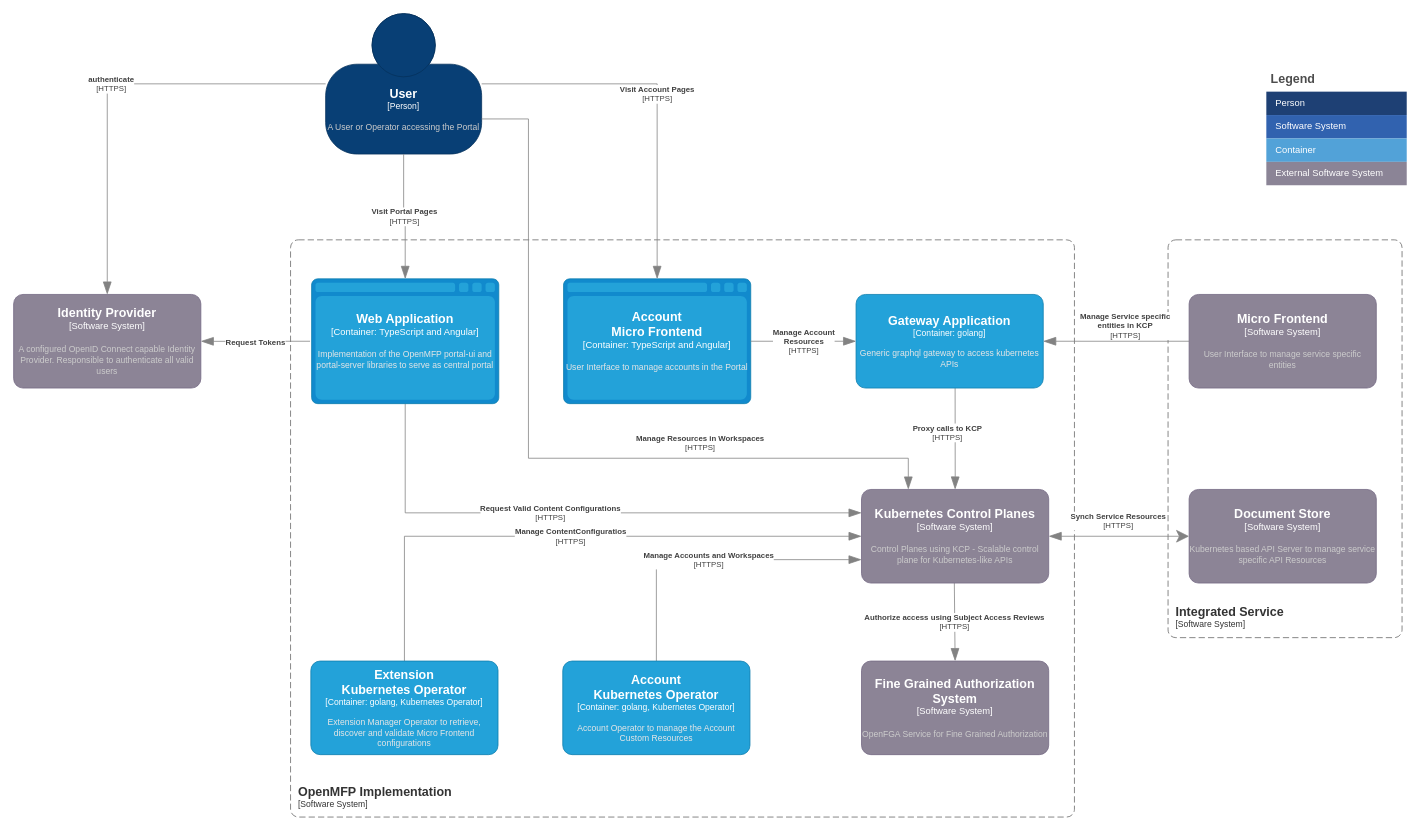
Before: page "v1-container-diagram" (4 of 4) of diagrams/openmfp-c4.drawio in openmfp/architecture, a draw.io diagram. Source tidied: cells renumbered, new cells numbered last; positions are measured from the earlier drawing's top-left corner, leaving out a move shared by most shapes. Both pictures are drawn from the tidied source at 78%, with x=0, y=0 at pixel (13, 13).
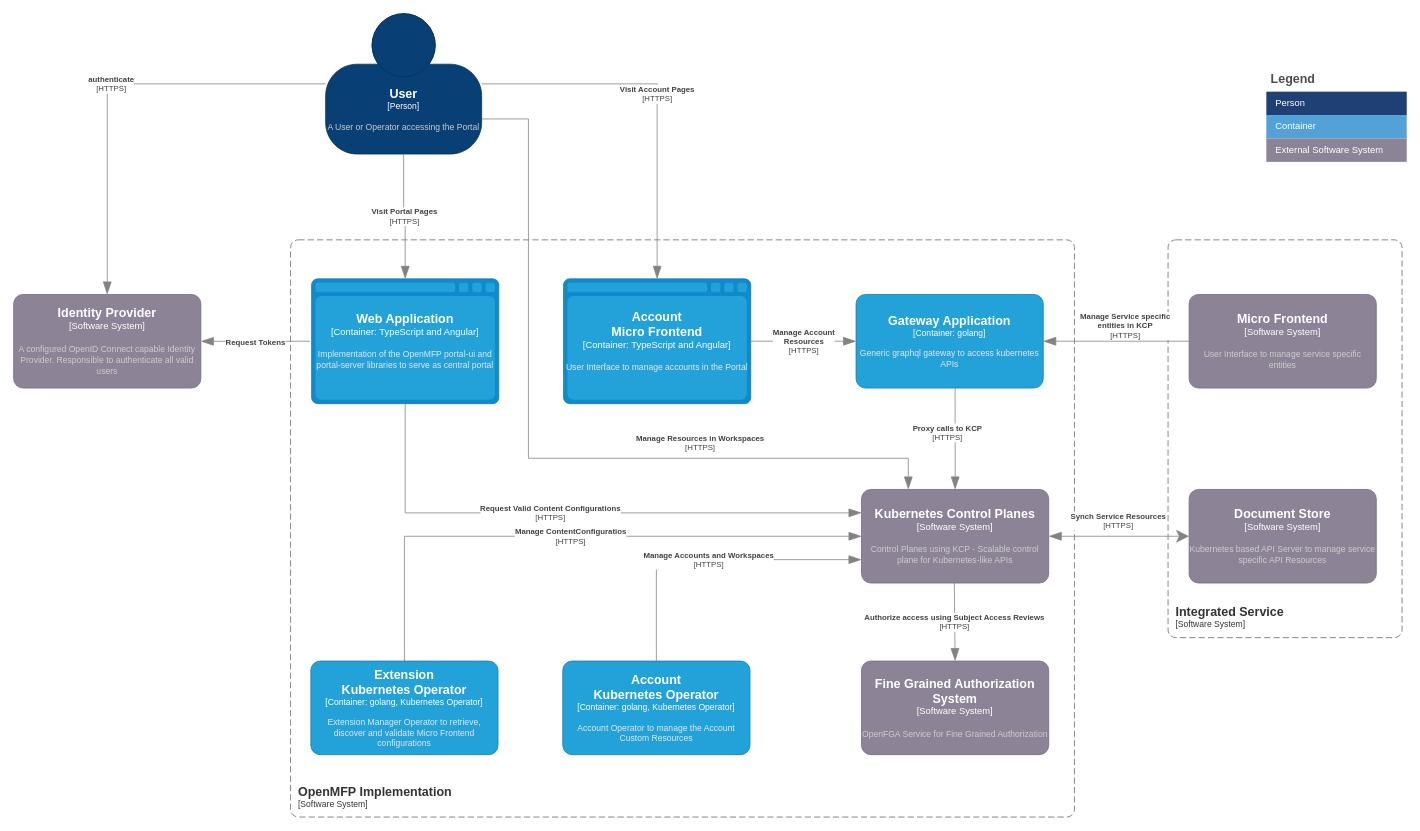
After the change.

Diff of the diagram source:
```diff
@@
     <mxCell id="17" value="Legend" style="shape=table;startSize=30;childLayout=tableLayout;fontSize=16;align=left;verticalAlign=top;fillColor=none;strokeColor=none;fontColor=#4D4D4D;fontStyle=1;spacingLeft=6;spacing=0;" parent="1" vertex="1">
-      <mxGeometry x="1606" y="70" width="180" height="150" as="geometry" />
+      <mxGeometry x="1606" y="70" width="180" height="120" as="geometry" />
     </mxCell>
@@
-    <mxCell id="20" style="shape=tableRow;horizontal=0;startSize=0;swimlaneHead=0;swimlaneBody=0;strokeColor=inherit;top=0;left=0;bottom=0;right=0;fillColor=none;fontSize=12;" parent="17" vertex="1">
-      <mxGeometry y="60" width="180" height="30" as="geometry" />
-    </mxCell>
-    <mxCell id="21" value="Software System" style="shape=partialRectangle;html=1;whiteSpace=wrap;strokeColor=inherit;overflow=hidden;fillColor=#3162AF;top=0;left=0;bottom=0;right=0;fontSize=12;align=left;fontColor=#FFFFFF;gradientColor=none;spacingLeft=10;spacingRight=4;" parent="20" vertex="1">
-      <mxGeometry width="180" height="30" as="geometry" />
-    </mxCell>
     <mxCell id="22" style="shape=tableRow;horizontal=0;startSize=0;swimlaneHead=0;swimlaneBody=0;strokeColor=inherit;top=0;left=0;bottom=0;right=0;fillColor=none;fontSize=12;" parent="17" vertex="1">
-      <mxGeometry y="90" width="180" height="30" as="geometry" />
+      <mxGeometry y="60" width="180" height="30" as="geometry" />
     </mxCell>
@@
     <mxCell id="24" style="shape=tableRow;horizontal=0;startSize=0;swimlaneHead=0;swimlaneBody=0;strokeColor=inherit;top=0;left=0;bottom=0;right=0;fillColor=none;fontSize=12;" parent="17" vertex="1">
-      <mxGeometry y="120" width="180" height="30" as="geometry" />
+      <mxGeometry y="90" width="180" height="30" as="geometry" />
     </mxCell>
```
